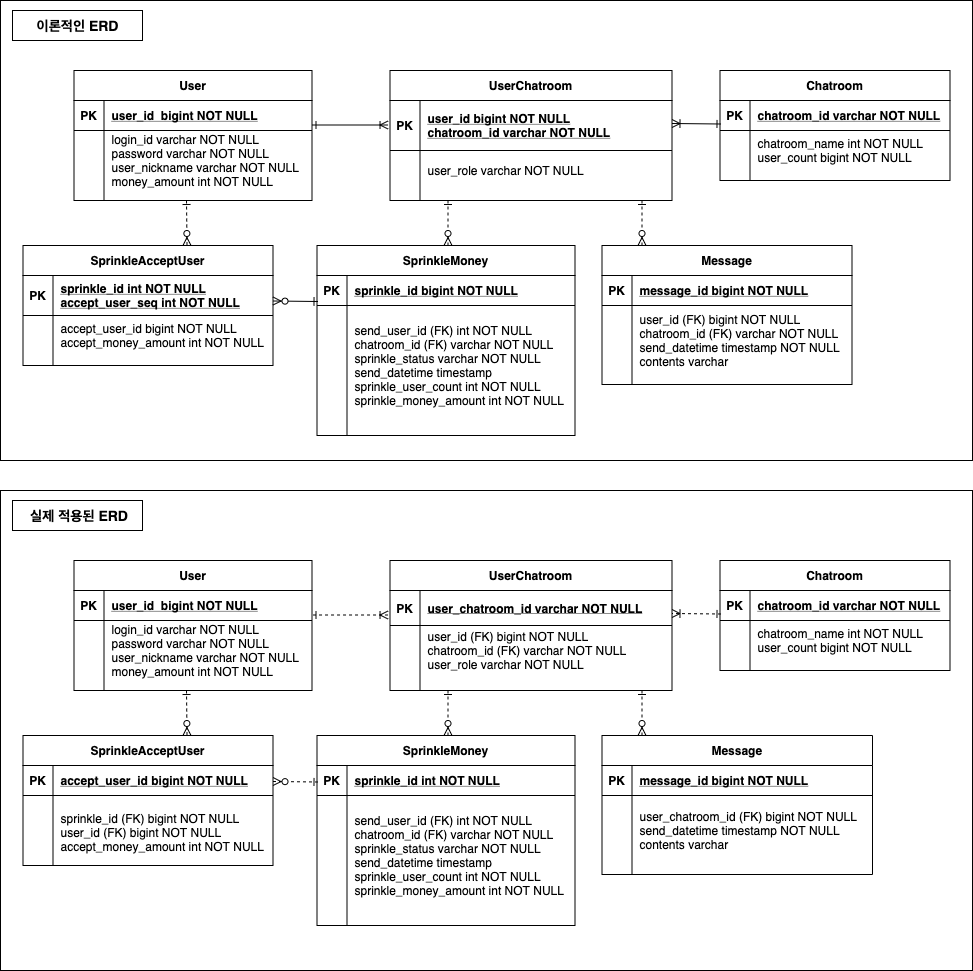
Before: img/kakaopay-sprinkemoney-ERD.png, a diagram exported from draw.io (incheol77/kakaopay-sprinklingmoney). Source tidied: cells renumbered, new cells last; positions are measured from the earlier drawing's top-left corner, leaving out a move shared by most shapes.
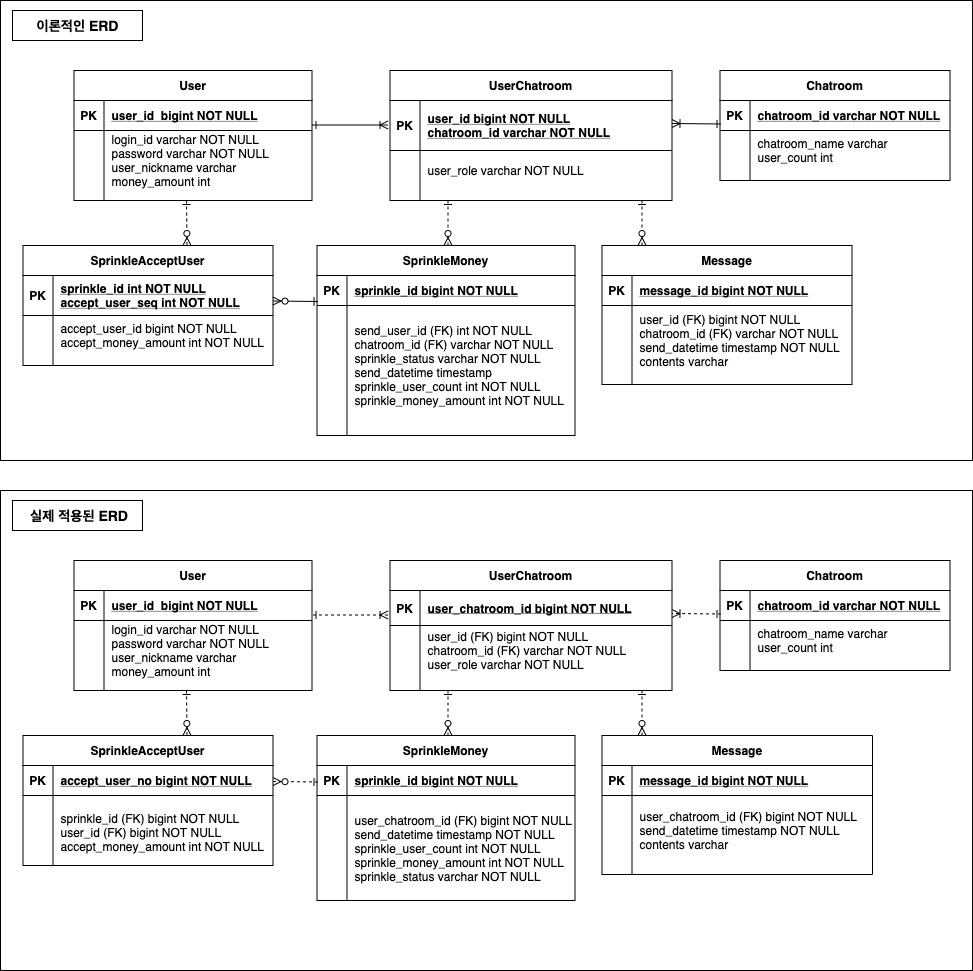
After the change.

What changed in the source:
```diff
@@ -44,7 +44,7 @@
     <mxCell id="15" style="shape=partialRectangle;overflow=hidden;fillColor=none;top=0;left=0;bottom=0;right=0;" parent="14" vertex="1">
       <mxGeometry width="30" height="40" as="geometry" />
     </mxCell>
-    <mxCell id="16" value="chatroom_name int NOT NULL&#10;user_count bigint NOT NULL" style="shape=partialRectangle;overflow=hidden;fillColor=none;top=0;left=0;bottom=0;right=0;align=left;spacingLeft=6;" parent="14" vertex="1">
+    <mxCell id="16" value="chatroom_name varchar&#10;user_count int" style="shape=partialRectangle;overflow=hidden;fillColor=none;top=0;left=0;bottom=0;right=0;align=left;spacingLeft=6;" parent="14" vertex="1">
       <mxGeometry x="30" width="200" height="40" as="geometry" />
     </mxCell>
     <mxCell id="17" value="User" style="shape=table;startSize=30;rowLines=0;fontStyle=1;align=center;" parent="1" vertex="1">
@@ -65,7 +65,7 @@
     <mxCell id="22" style="shape=partialRectangle;overflow=hidden;fillColor=none;top=0;left=0;bottom=0;right=0;" parent="21" vertex="1">
       <mxGeometry width="30" height="60" as="geometry" />
     </mxCell>
-    <mxCell id="23" value="login_id varchar NOT NULL&#10;password varchar NOT NULL&#10;user_nickname varchar NOT NULL&#10;money_amount int NOT NULL" style="shape=partialRectangle;overflow=hidden;fillColor=none;top=0;left=0;bottom=0;right=0;align=left;spacingLeft=6;" parent="21" vertex="1">
+    <mxCell id="23" value="login_id varchar NOT NULL&#10;password varchar NOT NULL&#10;user_nickname varchar &#10;money_amount int " style="shape=partialRectangle;overflow=hidden;fillColor=none;top=0;left=0;bottom=0;right=0;align=left;spacingLeft=6;" parent="21" vertex="1">
       <mxGeometry x="30" width="208" height="60" as="geometry" />
     </mxCell>
     <mxCell id="24" value="SprinkleMoney" style="shape=table;startSize=30;rowLines=0;fontStyle=1;align=center;" parent="1" vertex="1">
@@ -179,7 +179,7 @@
     <mxCell id="54" value="PK" style="shape=partialRectangle;overflow=hidden;fillColor=none;top=0;left=0;bottom=0;right=0;fontStyle=1;" parent="53" vertex="1">
       <mxGeometry width="30" height="35" as="geometry" />
     </mxCell>
-    <mxCell id="55" value="user_chatroom_id varchar NOT NULL" style="shape=partialRectangle;overflow=hidden;fillColor=none;top=0;left=0;bottom=0;right=0;align=left;spacingLeft=6;fontStyle=5;" parent="53" vertex="1">
+    <mxCell id="55" value="user_chatroom_id bigint NOT NULL" style="shape=partialRectangle;overflow=hidden;fillColor=none;top=0;left=0;bottom=0;right=0;align=left;spacingLeft=6;fontStyle=5;" parent="53" vertex="1">
       <mxGeometry x="30" width="252" height="35" as="geometry" />
     </mxCell>
     <mxCell id="56" style="shape=partialRectangle;fillColor=none;top=0;left=0;right=0;bottom=0;" parent="52" vertex="1">
@@ -209,7 +209,7 @@
     <mxCell id="64" style="shape=partialRectangle;overflow=hidden;fillColor=none;top=0;left=0;bottom=0;right=0;" parent="63" vertex="1">
       <mxGeometry width="30" height="40" as="geometry" />
     </mxCell>
-    <mxCell id="65" value="chatroom_name int NOT NULL&#10;user_count bigint NOT NULL" style="shape=partialRectangle;overflow=hidden;fillColor=none;top=0;left=0;bottom=0;right=0;align=left;spacingLeft=6;" parent="63" vertex="1">
+    <mxCell id="65" value="chatroom_name varchar&#10;user_count int" style="shape=partialRectangle;overflow=hidden;fillColor=none;top=0;left=0;bottom=0;right=0;align=left;spacingLeft=6;" parent="63" vertex="1">
       <mxGeometry x="30" width="200" height="40" as="geometry" />
     </mxCell>
     <mxCell id="66" value="User" style="shape=table;startSize=30;rowLines=0;fontStyle=1;align=center;" parent="1" vertex="1">
@@ -230,11 +230,11 @@
     <mxCell id="71" style="shape=partialRectangle;overflow=hidden;fillColor=none;top=0;left=0;bottom=0;right=0;" parent="70" vertex="1">
       <mxGeometry width="30" height="60" as="geometry" />
     </mxCell>
-    <mxCell id="72" value="login_id varchar NOT NULL&#10;password varchar NOT NULL&#10;user_nickname varchar NOT NULL&#10;money_amount int NOT NULL" style="shape=partialRectangle;overflow=hidden;fillColor=none;top=0;left=0;bottom=0;right=0;align=left;spacingLeft=6;" parent="70" vertex="1">
+    <mxCell id="72" value="login_id varchar NOT NULL&#10;password varchar NOT NULL&#10;user_nickname varchar &#10;money_amount int " style="shape=partialRectangle;overflow=hidden;fillColor=none;top=0;left=0;bottom=0;right=0;align=left;spacingLeft=6;" parent="70" vertex="1">
       <mxGeometry x="30" width="208" height="60" as="geometry" />
     </mxCell>
     <mxCell id="73" value="SprinkleMoney" style="shape=table;startSize=30;rowLines=0;fontStyle=1;align=center;" parent="1" vertex="1">
-      <mxGeometry x="316.5" y="735" width="258" height="190" as="geometry" />
+      <mxGeometry x="316.5" y="735" width="258" height="165" as="geometry" />
     </mxCell>
     <mxCell id="74" style="shape=partialRectangle;fillColor=none;top=0;left=0;right=0;bottom=1;" parent="73" vertex="1">
       <mxGeometry y="30" width="258" height="30" as="geometry" />
@@ -242,17 +242,17 @@
     <mxCell id="75" value="PK" style="shape=partialRectangle;overflow=hidden;fillColor=none;top=0;left=0;bottom=0;right=0;fontStyle=1;" parent="74" vertex="1">
       <mxGeometry width="30" height="30" as="geometry" />
     </mxCell>
-    <mxCell id="76" value="sprinkle_id int NOT NULL" style="shape=partialRectangle;overflow=hidden;fillColor=none;top=0;left=0;bottom=0;right=0;align=left;spacingLeft=6;fontStyle=5;" parent="74" vertex="1">
+    <mxCell id="76" value="sprinkle_id bigint NOT NULL" style="shape=partialRectangle;overflow=hidden;fillColor=none;top=0;left=0;bottom=0;right=0;align=left;spacingLeft=6;fontStyle=5;" parent="74" vertex="1">
       <mxGeometry x="30" width="228" height="30" as="geometry" />
     </mxCell>
     <mxCell id="77" style="shape=partialRectangle;fillColor=none;top=0;left=0;right=0;bottom=0;" parent="73" vertex="1">
-      <mxGeometry y="60" width="258" height="120" as="geometry" />
+      <mxGeometry y="60" width="258" height="105" as="geometry" />
     </mxCell>
     <mxCell id="78" style="shape=partialRectangle;overflow=hidden;fillColor=none;top=0;left=0;bottom=0;right=0;" parent="77" vertex="1">
-      <mxGeometry width="30" height="120" as="geometry" />
+      <mxGeometry width="30" height="105" as="geometry" />
     </mxCell>
-    <mxCell id="79" value="send_user_id (FK) int NOT NULL&#10;chatroom_id (FK) varchar NOT NULL&#10;sprinkle_status varchar NOT NULL&#10;send_datetime timestamp&#10;sprinkle_user_count int NOT NULL &#10;sprinkle_money_amount int NOT NULL" style="shape=partialRectangle;overflow=hidden;fillColor=none;top=0;left=0;bottom=0;right=0;align=left;spacingLeft=6;" parent="77" vertex="1">
-      <mxGeometry x="30" width="228" height="120" as="geometry" />
+    <mxCell id="79" value="user_chatroom_id (FK) bigint NOT NULL&#10;send_datetime timestamp NOT NULL&#10;sprinkle_user_count int NOT NULL &#10;sprinkle_money_amount int NOT NULL&#10;sprinkle_status varchar NOT NULL" style="shape=partialRectangle;overflow=hidden;fillColor=none;top=0;left=0;bottom=0;right=0;align=left;spacingLeft=6;" parent="77" vertex="1">
+      <mxGeometry x="30" width="228" height="105" as="geometry" />
     </mxCell>
     <mxCell id="80" style="endArrow=ERone;startArrow=ERzeroToMany;html=1;endFill=0;startFill=1;dashed=1;" parent="1" edge="1">
       <mxGeometry relative="1" as="geometry">
@@ -302,7 +302,7 @@
     <mxCell id="92" value="PK" style="shape=partialRectangle;overflow=hidden;fillColor=none;top=0;left=0;bottom=0;right=0;fontStyle=1;" parent="91" vertex="1">
       <mxGeometry width="30" height="30" as="geometry" />
     </mxCell>
-    <mxCell id="93" value="accept_user_id bigint NOT NULL" style="shape=partialRectangle;overflow=hidden;fillColor=none;top=0;left=0;bottom=0;right=0;align=left;spacingLeft=6;fontStyle=5;" parent="91" vertex="1">
+    <mxCell id="93" value="accept_user_no bigint NOT NULL" style="shape=partialRectangle;overflow=hidden;fillColor=none;top=0;left=0;bottom=0;right=0;align=left;spacingLeft=6;fontStyle=5;" parent="91" vertex="1">
       <mxGeometry x="30" width="220" height="30" as="geometry" />
     </mxCell>
     <mxCell id="94" style="shape=partialRectangle;fillColor=none;top=0;left=0;right=0;bottom=0;" parent="90" vertex="1">
```
